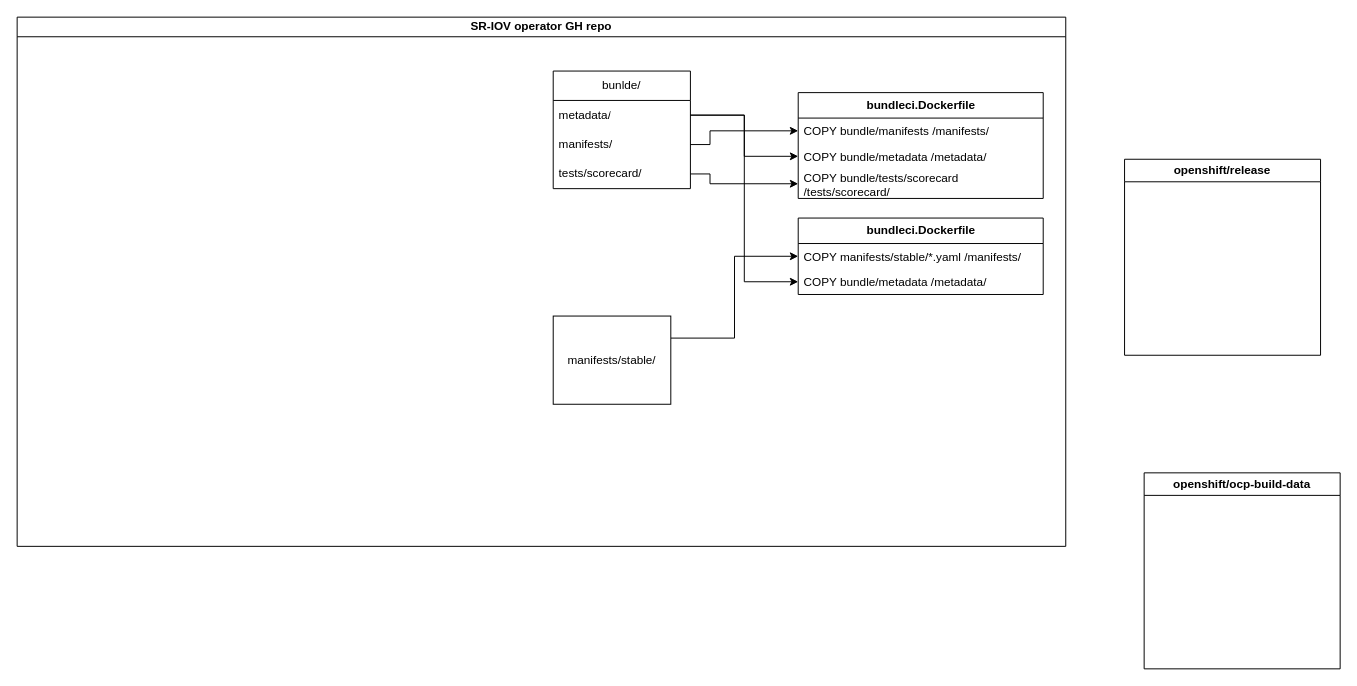
Before: diagram/Untitled Diagram.drawio in zeeke/public-data, a draw.io diagram. Source tidied: cells renumbered, new cells numbered last; positions are measured from the earlier drawing's top-left corner, leaving out a move shared by most shapes. Both pictures are drawn from the tidied source at 98%, with x=0, y=0 at pixel (17, 17).
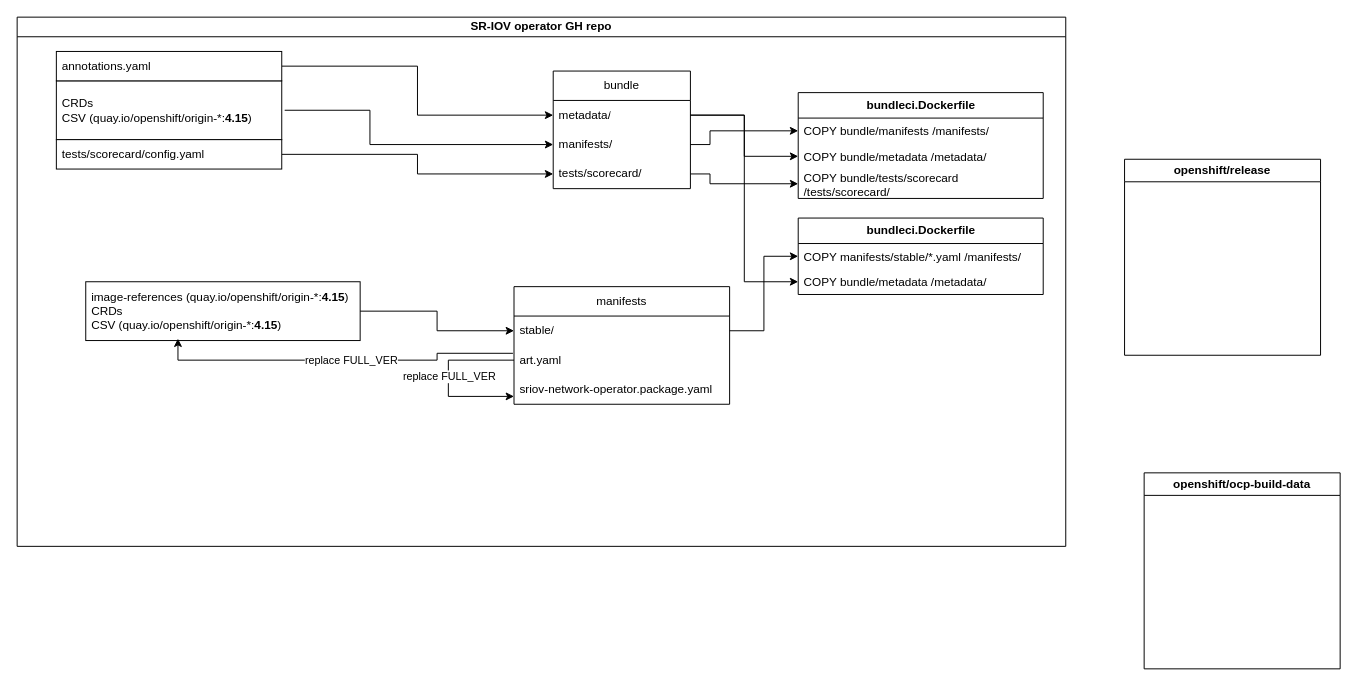
The same diagram, later.

Unchanged cells that the change refers to:
```xml
<mxCell id="2" value="SR-IOV operator GH repo" style="swimlane;whiteSpace=wrap;html=1;startSize=20;" parent="1" vertex="1">
  <mxGeometry width="1070" height="540" as="geometry" />
</mxCell>
<mxCell id="7" value="COPY manifests/stable/*.yaml /manifests/" style="text;strokeColor=none;fillColor=none;align=left;verticalAlign=top;spacingLeft=4;spacingRight=4;overflow=hidden;points=[[0,0.5],[1,0.5]];portConstraint=eastwest;whiteSpace=wrap;html=1;" parent="6" vertex="1">
  <mxGeometry y="26" width="250" height="26" as="geometry" />
</mxCell>
<mxCell id="10" value="metadata/" style="text;strokeColor=none;fillColor=none;align=left;verticalAlign=middle;spacingLeft=4;spacingRight=4;overflow=hidden;points=[[0,0.5],[1,0.5]];portConstraint=eastwest;whiteSpace=wrap;html=1;" parent="9" vertex="1">
  <mxGeometry y="30" width="140" height="30" as="geometry" />
</mxCell>
<mxCell id="11" value="manifests/" style="text;strokeColor=none;fillColor=none;align=left;verticalAlign=middle;spacingLeft=4;spacingRight=4;overflow=hidden;points=[[0,0.5],[1,0.5]];portConstraint=eastwest;whiteSpace=wrap;html=1;" parent="9" vertex="1">
  <mxGeometry y="60" width="140" height="30" as="geometry" />
</mxCell>
<mxCell id="12" value="tests/scorecard/" style="text;strokeColor=none;fillColor=none;align=left;verticalAlign=middle;spacingLeft=4;spacingRight=4;overflow=hidden;points=[[0,0.5],[1,0.5]];portConstraint=eastwest;whiteSpace=wrap;html=1;" parent="9" vertex="1">
  <mxGeometry y="90" width="140" height="30" as="geometry" />
</mxCell>
```

Diff of the diagram source:
```diff
@@
-    <mxCell id="3" style="edgeStyle=orthogonalEdgeStyle;rounded=0;jettySize=auto;html=1;exitX=1;exitY=0.25;exitDx=0;exitDy=0;entryX=0;entryY=0.5;entryDx=0;entryDy=0;" parent="2" edge="1" source="4" target="7">
+    <mxCell id="3" style="edgeStyle=orthogonalEdgeStyle;rounded=0;jettySize=auto;html=1;exitX=1;exitY=0.5;exitDx=0;exitDy=0;entryX=0;entryY=0.5;entryDx=0;entryDy=0;" parent="2" edge="1" source="29" target="7">
       <mxGeometry relative="1" as="geometry" />
     </mxCell>
-    <mxCell id="4" value="manifests/stable/" style="rounded=0;whiteSpace=wrap;html=1;" parent="2" vertex="1">
-      <mxGeometry x="547" y="305" width="120" height="90" as="geometry" />
-    </mxCell>
@@
-    <mxCell id="9" value="bunlde/" style="swimlane;fontStyle=0;horizontal=1;startSize=30;whiteSpace=wrap;html=1;" parent="2" vertex="1">
+    <mxCell id="9" value="bundle" style="swimlane;fontStyle=0;horizontal=1;startSize=30;whiteSpace=wrap;html=1;" parent="2" vertex="1">
       <mxGeometry x="547" y="55" width="140" height="120" as="geometry" />
     </mxCell>
@@
+    <mxCell id="22" style="edgeStyle=orthogonalEdgeStyle;rounded=0;jettySize=auto;html=1;entryX=0;entryY=0.5;entryDx=0;entryDy=0;" parent="2" edge="1" source="23" target="11">
+      <mxGeometry relative="1" as="geometry">
+        <Array as="points">
+          <mxPoint x="360" y="95" />
+          <mxPoint x="360" y="130" />
+        </Array>
+      </mxGeometry>
+    </mxCell>
+    <mxCell id="23" value="CRDs&lt;br&gt;CSV (quay.io/openshift/origin-*:&lt;b&gt;4.15&lt;/b&gt;)" style="rounded=0;whiteSpace=wrap;html=1;align=left;perimeterSpacing=3;spacing=6;" parent="2" vertex="1">
+      <mxGeometry x="40" y="65" width="230" height="60" as="geometry" />
+    </mxCell>
+    <mxCell id="24" style="edgeStyle=orthogonalEdgeStyle;rounded=0;jettySize=auto;html=1;exitX=1;exitY=0.5;exitDx=0;exitDy=0;entryX=0;entryY=0.5;entryDx=0;entryDy=0;" parent="2" edge="1" source="25" target="10">
+      <mxGeometry relative="1" as="geometry" />
+    </mxCell>
+    <mxCell id="25" value="annotations.yaml" style="rounded=0;whiteSpace=wrap;html=1;align=left;spacing=6;" parent="2" vertex="1">
+      <mxGeometry x="40" y="35" width="230" height="30" as="geometry" />
+    </mxCell>
+    <mxCell id="26" style="edgeStyle=orthogonalEdgeStyle;rounded=0;jettySize=auto;html=1;entryX=0;entryY=0.5;entryDx=0;entryDy=0;" parent="2" edge="1" source="27" target="12">
+      <mxGeometry relative="1" as="geometry" />
+    </mxCell>
+    <mxCell id="27" value="tests/scorecard/config.yaml" style="rounded=0;whiteSpace=wrap;html=1;align=left;spacing=6;" parent="2" vertex="1">
+      <mxGeometry x="40" y="125" width="230" height="30" as="geometry" />
+    </mxCell>
+    <mxCell id="28" value="manifests" style="swimlane;fontStyle=0;horizontal=1;startSize=30;whiteSpace=wrap;html=1;" parent="2" vertex="1">
+      <mxGeometry x="507" y="275" width="220" height="120" as="geometry" />
+    </mxCell>
+    <mxCell id="29" value="stable/" style="text;strokeColor=none;fillColor=none;align=left;verticalAlign=middle;spacingLeft=4;spacingRight=4;overflow=hidden;points=[[0,0.5],[1,0.5]];portConstraint=eastwest;whiteSpace=wrap;html=1;" parent="28" vertex="1">
+      <mxGeometry y="30" width="220" height="30" as="geometry" />
+    </mxCell>
+    <mxCell id="30" value="art.yaml" style="text;strokeColor=none;fillColor=none;align=left;verticalAlign=middle;spacingLeft=4;spacingRight=4;overflow=hidden;points=[[0,0.5],[1,0.5]];portConstraint=eastwest;whiteSpace=wrap;html=1;" parent="28" vertex="1">
+      <mxGeometry y="60" width="220" height="30" as="geometry" />
+    </mxCell>
+    <mxCell id="31" value="sriov-network-operator.package.yaml" style="text;strokeColor=none;fillColor=none;align=left;verticalAlign=middle;spacingLeft=4;spacingRight=4;overflow=hidden;points=[[0,0.5],[1,0.5]];portConstraint=eastwest;whiteSpace=wrap;html=1;" parent="28" vertex="1">
+      <mxGeometry y="90" width="220" height="30" as="geometry" />
+    </mxCell>
+    <mxCell id="32" style="edgeStyle=orthogonalEdgeStyle;rounded=0;jettySize=auto;html=1;entryX=0;entryY=0.733;entryDx=0;entryDy=0;entryPerimeter=0;" parent="28" edge="1" source="30" target="31">
+      <mxGeometry relative="1" as="geometry">
+        <Array as="points">
+          <mxPoint x="-67" y="75" />
+          <mxPoint x="-67" y="112" />
+        </Array>
+      </mxGeometry>
+    </mxCell>
+    <mxCell id="33" value="replace FULL_VER" style="edgeLabel;html=1;align=center;verticalAlign=middle;" parent="32" vertex="1">
+      <mxGeometry x="-0.03" relative="1" as="geometry" />
+    </mxCell>
+    <mxCell id="34" value="image-references (quay.io/openshift/origin-*:&lt;b&gt;4.15&lt;/b&gt;)&lt;br&gt;CRDs&lt;br style=&quot;border-color: var(--border-color);&quot;&gt;CSV (quay.io/openshift/origin-*:&lt;b style=&quot;border-color: var(--border-color);&quot;&gt;4.15&lt;/b&gt;)" style="rounded=0;whiteSpace=wrap;html=1;align=left;spacing=6;" parent="2" vertex="1">
+      <mxGeometry x="70" y="270" width="280" height="60" as="geometry" />
+    </mxCell>
+    <mxCell id="35" style="edgeStyle=orthogonalEdgeStyle;rounded=0;jettySize=auto;html=1;entryX=0;entryY=0.5;entryDx=0;entryDy=0;" parent="2" edge="1" source="34" target="29">
+      <mxGeometry relative="1" as="geometry" />
+    </mxCell>
+    <mxCell id="36" style="edgeStyle=orthogonalEdgeStyle;rounded=0;jettySize=auto;html=1;entryX=0.336;entryY=0.967;entryDx=0;entryDy=0;entryPerimeter=0;exitX=-0.005;exitY=0.267;exitDx=0;exitDy=0;exitPerimeter=0;" parent="2" edge="1" source="30" target="34">
+      <mxGeometry relative="1" as="geometry" />
+    </mxCell>
+    <mxCell id="37" value="replace FULL_VER" style="edgeLabel;html=1;align=center;verticalAlign=middle;" parent="36" vertex="1">
+      <mxGeometry x="-0.07" y="-1" relative="1" as="geometry" />
+    </mxCell>
```
